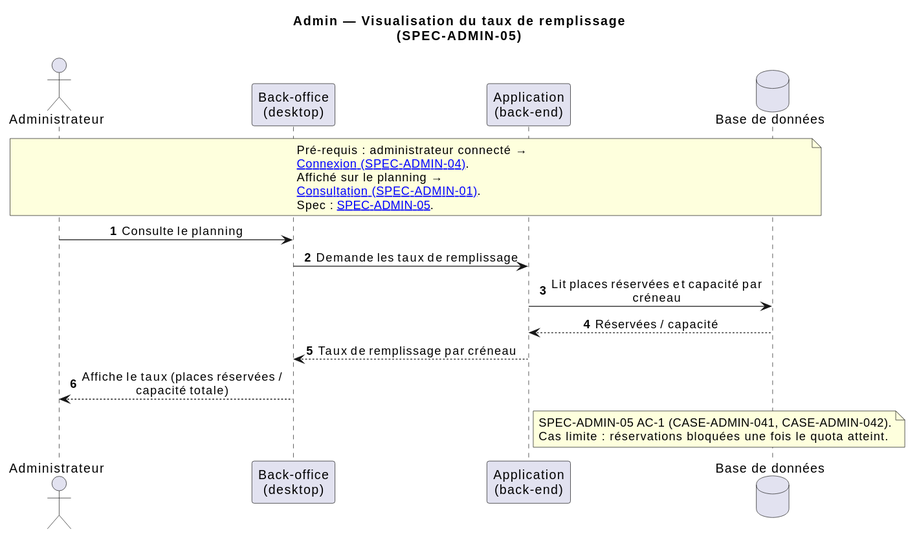
This is concept/uml/sequences/admin-taux-remplissage.svg from Pinguin211/Ti_Baleine, a PlantUML export, as it was before one commit. The source it was exported from:
```plantuml
@startuml
title Admin — Visualisation du taux de remplissage\n(SPEC-ADMIN-05)

skinparam sequenceMessageAlign center
skinparam maxMessageSize 240
autonumber

actor "Administrateur" as Admin
participant "Back-office\n(desktop)" as BO
participant "Application\n(back-end)" as App
database "Base de données" as BDD

note over Admin, BDD
  Pré-requis : administrateur connecté →
  [[admin-login.svg Connexion (SPEC-ADMIN-04)]].
  Affiché sur le planning →
  [[admin-consultation-planning.svg Consultation (SPEC-ADMIN-01)]].
  Spec : [[../../../specs/admin.md SPEC-ADMIN-05]].
end note

Admin -> BO : Consulte le planning
BO -> App : Demande les taux de remplissage
App -> BDD : Lit places réservées et capacité par créneau
BDD --> App : Réservées / capacité
App --> BO : Taux de remplissage par créneau
BO --> Admin : Affiche le taux (places réservées / capacité totale)
note right of App
  SPEC-ADMIN-05 AC-1 (CASE-ADMIN-041, CASE-ADMIN-042).
  Cas limite : réservations bloquées une fois le quota atteint.
end note
@enduml
```
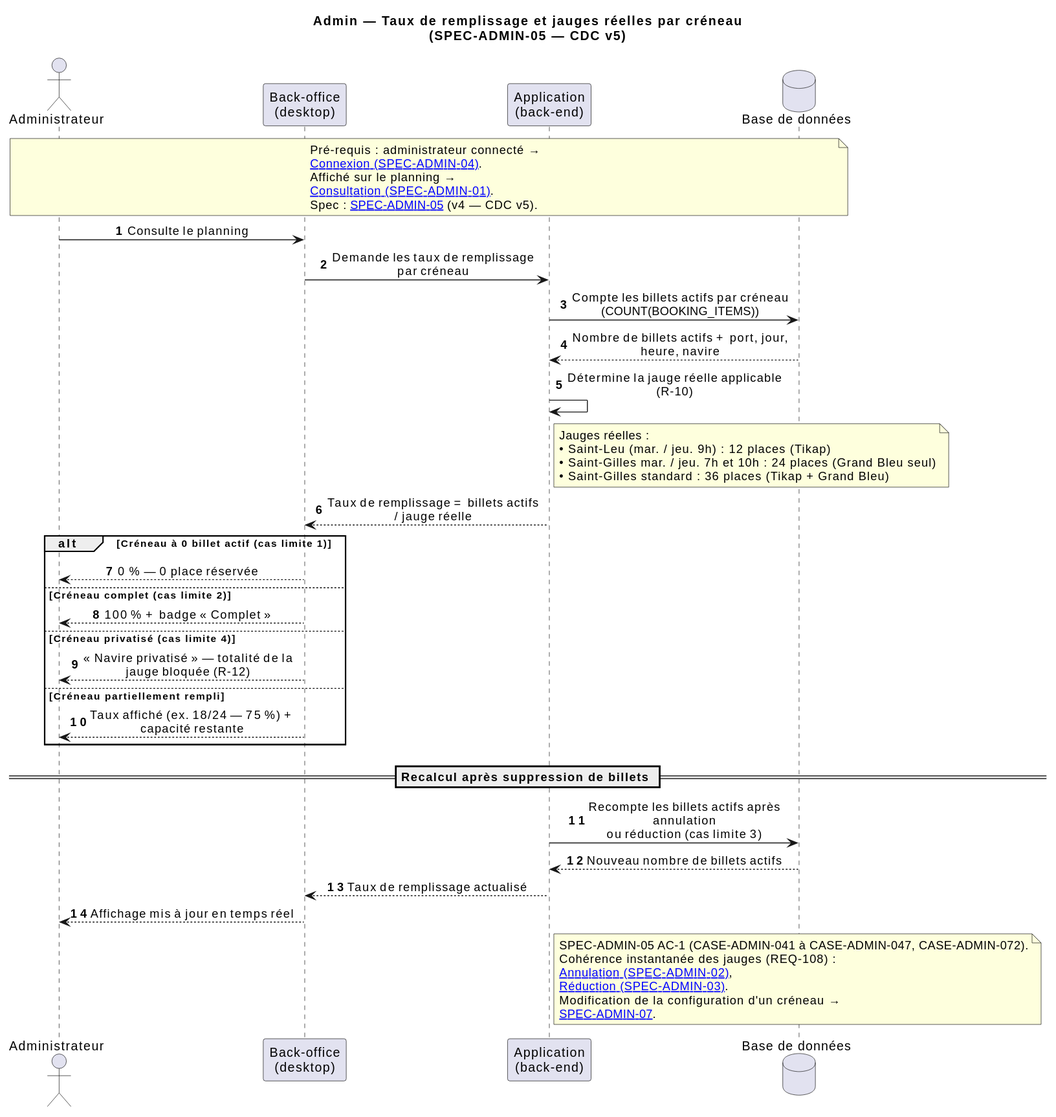
The same file after the commit.

Change to the diagram source:
```diff
@@ -1,5 +1,5 @@
 @startuml
-title Admin — Visualisation du taux de remplissage\n(SPEC-ADMIN-05)
+title Admin — Taux de remplissage et jauges réelles par créneau\n(SPEC-ADMIN-05 — CDC v5)
 
 skinparam sequenceMessageAlign center
 skinparam maxMessageSize 240
@@ -15,17 +15,43 @@
   [[admin-login.svg Connexion (SPEC-ADMIN-04)]].
   Affiché sur le planning →
   [[admin-consultation-planning.svg Consultation (SPEC-ADMIN-01)]].
-  Spec : [[../../../specs/admin.md SPEC-ADMIN-05]].
+  Spec : [[../../../specs/admin.md SPEC-ADMIN-05]] (v4 — CDC v5).
 end note
 
 Admin -> BO : Consulte le planning
-BO -> App : Demande les taux de remplissage
-App -> BDD : Lit places réservées et capacité par créneau
-BDD --> App : Réservées / capacité
-App --> BO : Taux de remplissage par créneau
-BO --> Admin : Affiche le taux (places réservées / capacité totale)
+BO -> App : Demande les taux de remplissage par créneau
+App -> BDD : Compte les billets actifs par créneau\n(COUNT(BOOKING_ITEMS))
+BDD --> App : Nombre de billets actifs + port, jour, heure, navire
+App -> App : Détermine la jauge réelle applicable (R-10)
 note right of App
-  SPEC-ADMIN-05 AC-1 (CASE-ADMIN-041, CASE-ADMIN-042).
-  Cas limite : réservations bloquées une fois le quota atteint.
+  Jauges réelles :
+  • Saint-Leu (mar. / jeu. 9h) : 12 places (Tikap)
+  • Saint-Gilles mar. / jeu. 7h et 10h : 24 places (Grand Bleu seul)
+  • Saint-Gilles standard : 36 places (Tikap + Grand Bleu)
+end note
+App --> BO : Taux de remplissage = billets actifs / jauge réelle
+alt Créneau à 0 billet actif (cas limite 1)
+    BO --> Admin : 0 % — 0 place réservée
+else Créneau complet (cas limite 2)
+    BO --> Admin : 100 % + badge « Complet »
+else Créneau privatisé (cas limite 4)
+    BO --> Admin : « Navire privatisé » — totalité de la jauge bloquée (R-12)
+else Créneau partiellement rempli
+    BO --> Admin : Taux affiché (ex. 18/24 — 75 %) + capacité restante
+end
+
+== Recalcul après suppression de billets ==
+App -> BDD : Recompte les billets actifs après annulation\nou réduction (cas limite 3)
+BDD --> App : Nouveau nombre de billets actifs
+App --> BO : Taux de remplissage actualisé
+BO --> Admin : Affichage mis à jour en temps réel
+
+note right of App
+  SPEC-ADMIN-05 AC-1 (CASE-ADMIN-041 à CASE-ADMIN-047, CASE-ADMIN-072).
+  Cohérence instantanée des jauges (REQ-108) :
+  [[admin-annulation-reservation.svg Annulation (SPEC-ADMIN-02)]],
+  [[admin-reduction-passagers.svg Réduction (SPEC-ADMIN-03)]].
+  Modification de la configuration d'un créneau →
+  [[../../../specs/admin.md SPEC-ADMIN-07]].
 end note
 @enduml
```
